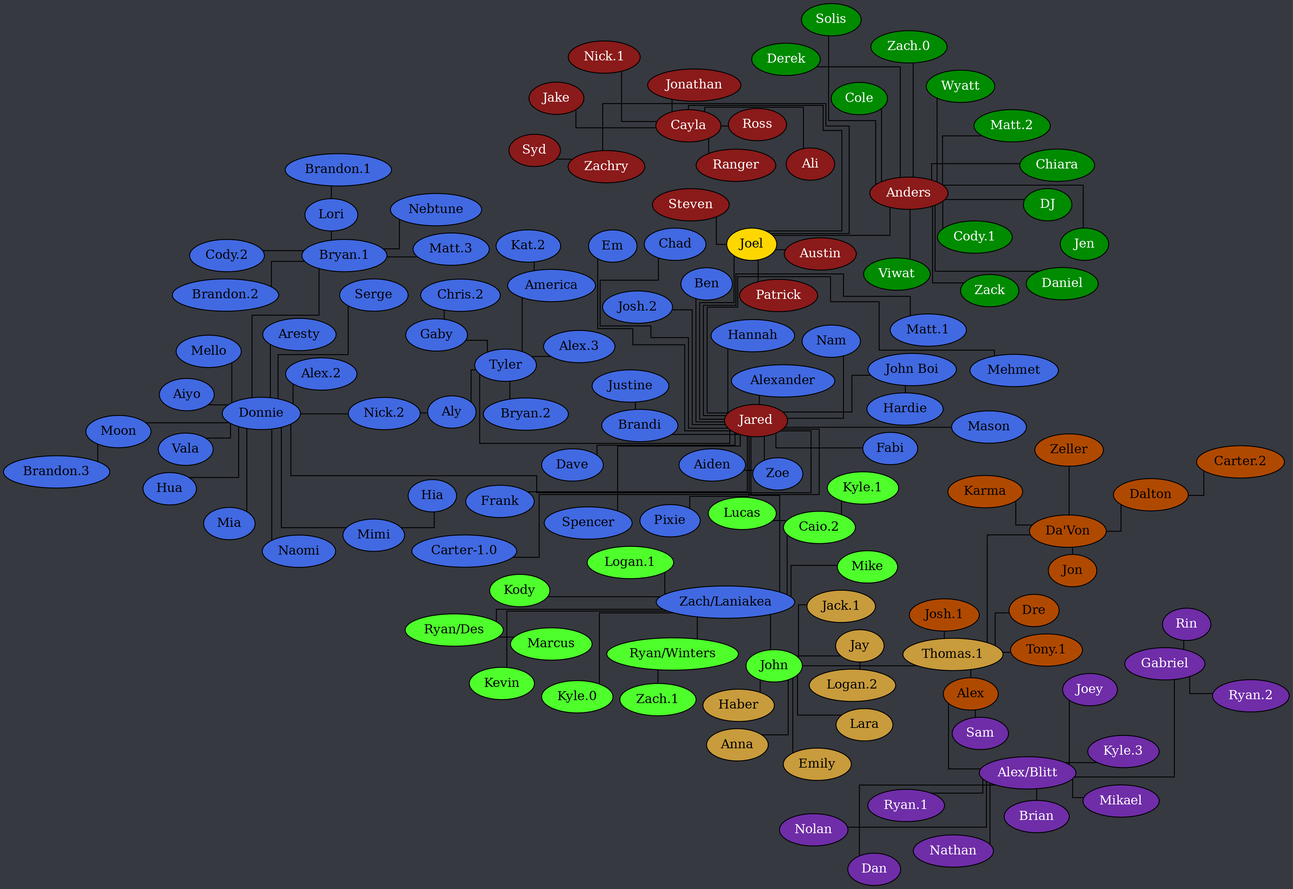
This is tree.png from Documidas/CoronaCatzFamilyTree, a Graphviz export, as it was before one commit. Its source is kept beside it as tree.dot.
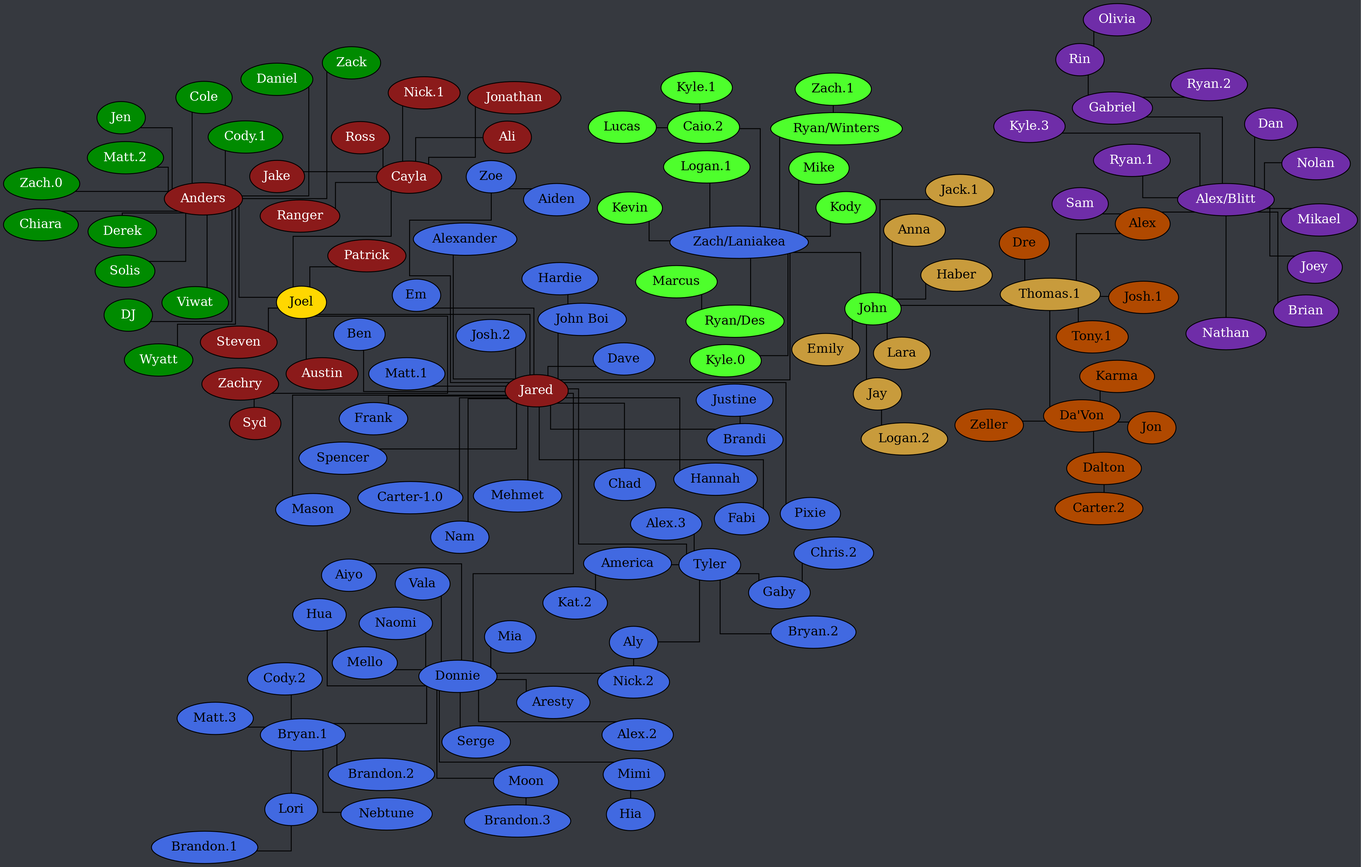
The same file after the commit.

What changed in the source:
```diff
@@ -170,5 +170,6 @@
 		"Alex/Blitt" -- "Ryan.1";
 		Gabriel -- Rin;
 		Gabriel -- "Ryan.2";
+		Rin -- Olivia;
 	}
 }
```
